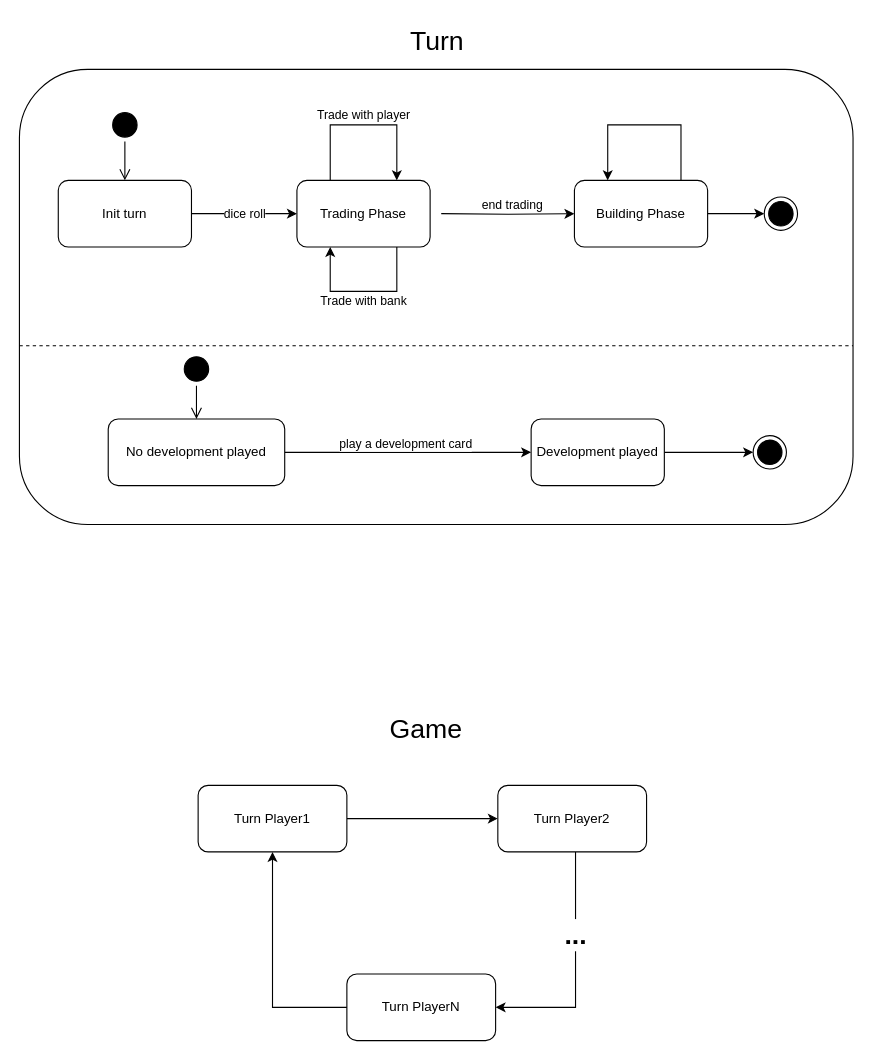
Above: page "State" (2 of 3) of scatan.drawio in zucchero-sintattico/pps-22-scatan (draw.io), before the change. Source tidied: cells renumbered, new cells numbered last; positions are measured from the earlier drawing's top-left corner, leaving out a move shared by most shapes. Both pictures are drawn from the tidied source at 111%, with x=0, y=0 at pixel (19, 19).
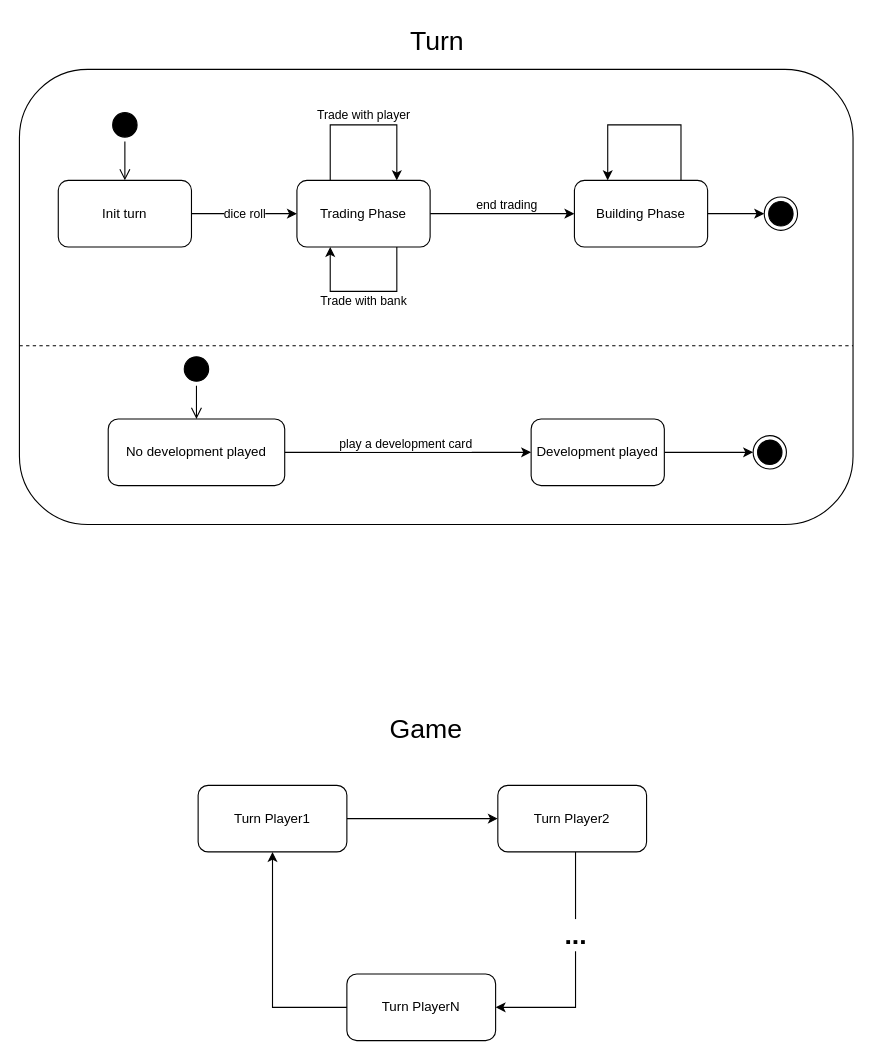
After the change.

Commit message:
docs: turn sequence diagram

The change refers to these unchanged cells:
```xml
<mxCell id="8" value="Trading Phase" style="rounded=1;whiteSpace=wrap;html=1;" parent="1" vertex="1">
  <mxGeometry x="250" y="145" width="120" height="60" as="geometry" />
</mxCell>
<mxCell id="10" value="Building Phase" style="rounded=1;whiteSpace=wrap;html=1;" parent="1" vertex="1">
  <mxGeometry x="500" y="145" width="120" height="60" as="geometry" />
</mxCell>
```

Change to the diagram source:
```diff
@@
-    <mxCell id="6" style="edgeStyle=orthogonalEdgeStyle;rounded=0;jettySize=auto;html=1;" parent="1" edge="1" target="10">
-      <mxGeometry relative="1" as="geometry">
-        <mxPoint x="380" y="175" as="sourcePoint" />
-      </mxGeometry>
+    <mxCell id="6" style="edgeStyle=orthogonalEdgeStyle;rounded=0;jettySize=auto;html=1;" parent="1" edge="1" source="8" target="10">
+      <mxGeometry relative="1" as="geometry" />
     </mxCell>
```
